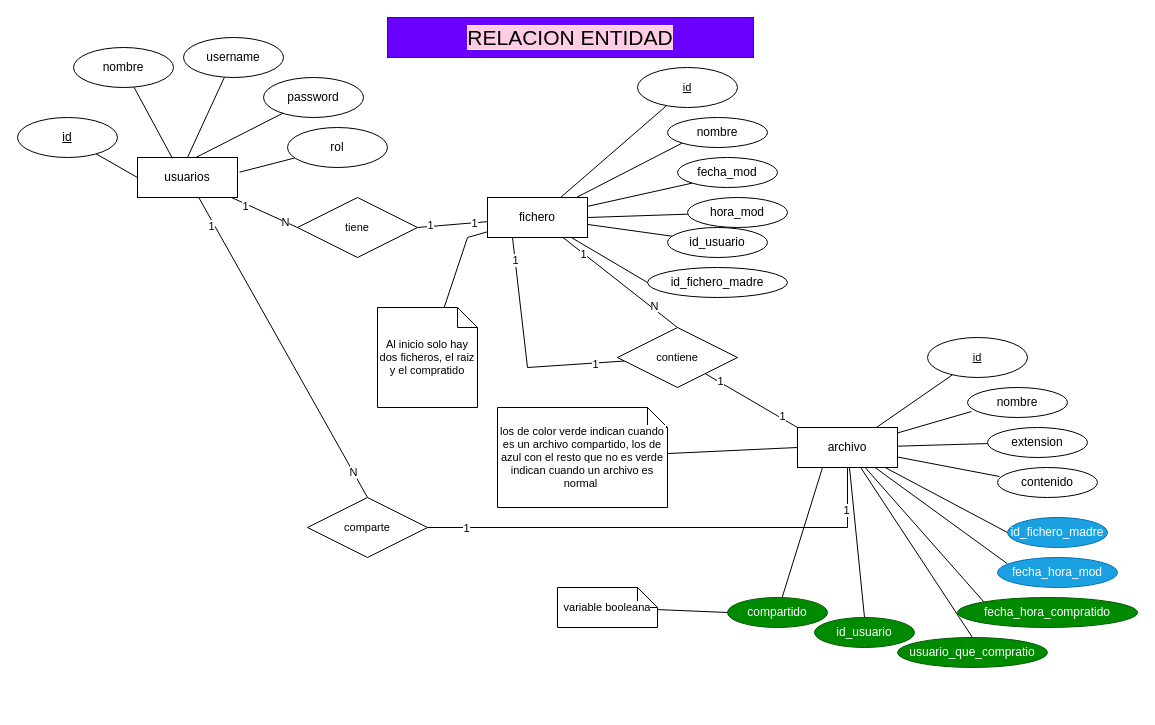
The draw.io diagram EntidadRelacion.drawio in EilerGomez/GraFiles_2P_MIA_2S_2024, before the edit. Source tidied: cells renumbered, new cells numbered last; positions are measured from the earlier drawing's top-left corner, leaving out a move shared by most shapes. Both pictures are drawn from the tidied source at 100%, with x=0, y=0 at pixel (17, 17).
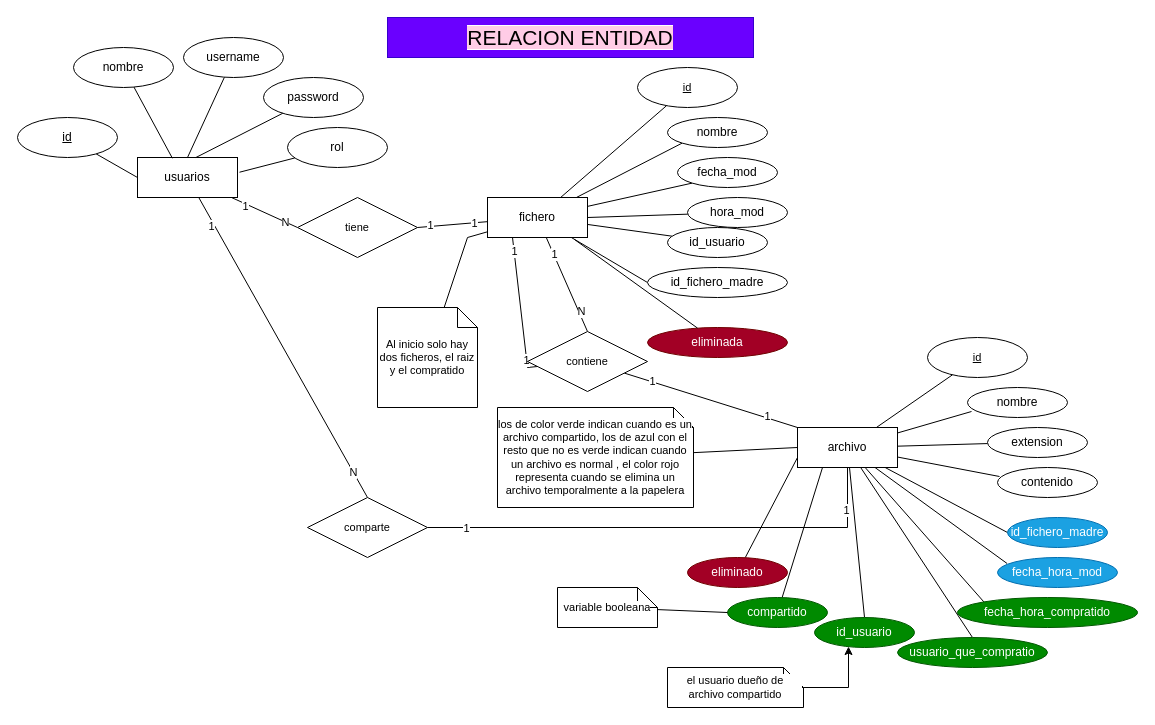
The same diagram, later.

Unchanged cells that the change refers to:
```xml
<mxCell id="28" value="fichero" style="whiteSpace=wrap;html=1;align=center;" parent="1" vertex="1">
  <mxGeometry x="470" y="180" width="100" height="40" as="geometry" />
</mxCell>
<mxCell id="37" value="archivo" style="whiteSpace=wrap;html=1;align=center;" parent="1" vertex="1">
  <mxGeometry x="780" y="410" width="100" height="40" as="geometry" />
</mxCell>
<mxCell id="54" value="id_usuario" style="ellipse;whiteSpace=wrap;html=1;align=center;fillColor=#008a00;fontColor=#ffffff;strokeColor=#005700;" parent="1" vertex="1">
  <mxGeometry x="797" y="600" width="100" height="30" as="geometry" />
</mxCell>
```

What changed in the source:
```diff
@@
-    <mxCell id="56" value="los de color verde indican cuando es un archivo compartido, los de azul con el resto que no es verde indican cuando un archivo es normal&amp;nbsp;" style="shape=note;size=20;whiteSpace=wrap;html=1;fontFamily=Helvetica;fontSize=11;fontColor=default;labelBackgroundColor=default;" parent="1" vertex="1">
-      <mxGeometry x="480" y="390" width="170" height="100" as="geometry" />
+    <mxCell id="56" value="los de color verde indican cuando es un archivo compartido, los de azul con el resto que no es verde indican cuando un archivo es normal , el color rojo representa cuando se elimina un archivo temporalmente a la papelera" style="shape=note;size=20;whiteSpace=wrap;html=1;fontFamily=Helvetica;fontSize=11;fontColor=default;labelBackgroundColor=default;" parent="1" vertex="1">
+      <mxGeometry x="480" y="390" width="196" height="100" as="geometry" />
     </mxCell>
@@
     <mxCell id="64" value="contiene" style="shape=rhombus;perimeter=rhombusPerimeter;whiteSpace=wrap;html=1;align=center;fontFamily=Helvetica;fontSize=11;fontColor=default;labelBackgroundColor=default;" parent="1" vertex="1">
-      <mxGeometry x="600" y="310" width="120" height="60" as="geometry" />
+      <mxGeometry x="510" y="314" width="120" height="60" as="geometry" />
     </mxCell>
@@
+    <mxCell id="78" value="el usuario dueño de archivo compartido" style="shape=note;size=20;whiteSpace=wrap;html=1;fontFamily=Helvetica;fontSize=11;fontColor=default;labelBackgroundColor=default;" parent="1" vertex="1">
+      <mxGeometry x="650" y="650" width="136" height="40" as="geometry" />
+    </mxCell>
+    <mxCell id="79" style="edgeStyle=orthogonalEdgeStyle;rounded=0;jettySize=auto;html=1;entryX=0.34;entryY=0.967;entryDx=0;entryDy=0;entryPerimeter=0;" parent="1" edge="1" source="78" target="54">
+      <mxGeometry relative="1" as="geometry" />
+    </mxCell>
+    <mxCell id="80" value="eliminada" style="ellipse;whiteSpace=wrap;html=1;align=center;fillColor=#a20025;fontColor=#ffffff;strokeColor=#6F0000;" parent="1" vertex="1">
+      <mxGeometry x="630" y="310" width="140" height="30" as="geometry" />
+    </mxCell>
+    <mxCell id="81" style="rounded=0;jettySize=auto;html=1;entryX=0.87;entryY=1.05;entryDx=0;entryDy=0;entryPerimeter=0;endArrow=none;endFill=0;" parent="1" edge="1" source="80" target="28">
+      <mxGeometry relative="1" as="geometry" />
+    </mxCell>
+    <mxCell id="82" style="rounded=0;jettySize=auto;html=1;entryX=0;entryY=0.75;entryDx=0;entryDy=0;endArrow=none;endFill=0;" parent="1" edge="1" source="83" target="37">
+      <mxGeometry relative="1" as="geometry" />
+    </mxCell>
+    <mxCell id="83" value="eliminado" style="ellipse;whiteSpace=wrap;html=1;align=center;fillColor=#a20025;fontColor=#ffffff;strokeColor=#6F0000;" parent="1" vertex="1">
+      <mxGeometry x="670" y="540" width="100" height="30" as="geometry" />
+    </mxCell>
```
